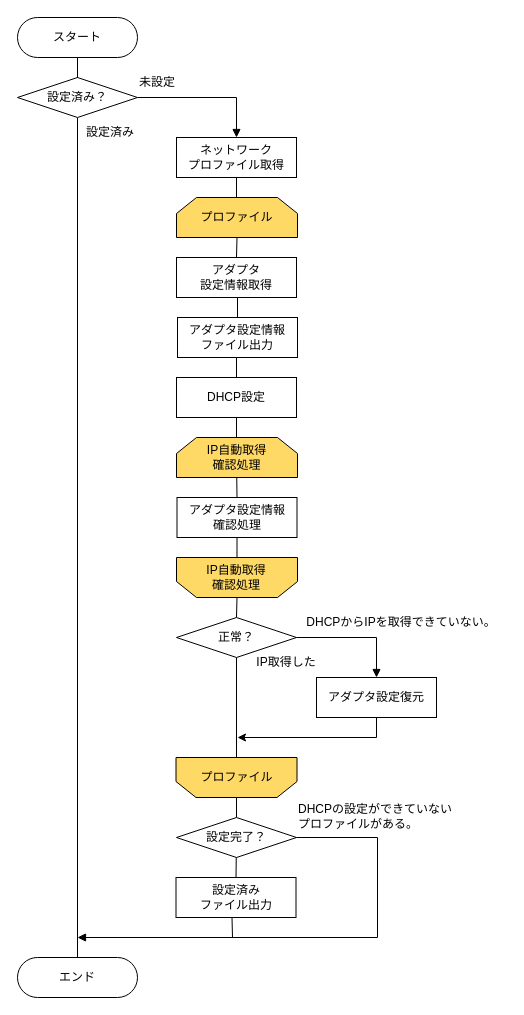
The draw.io diagram dhcp切り替えスクリプト.drawio in reizo0901/Doc, before the edit. Source tidied: cells renumbered, new cells numbered last; positions are measured from the earlier drawing's top-left corner, leaving out a move shared by most shapes. Both pictures are drawn from the tidied source at 100%, with x=0, y=0 at pixel (17, 17).
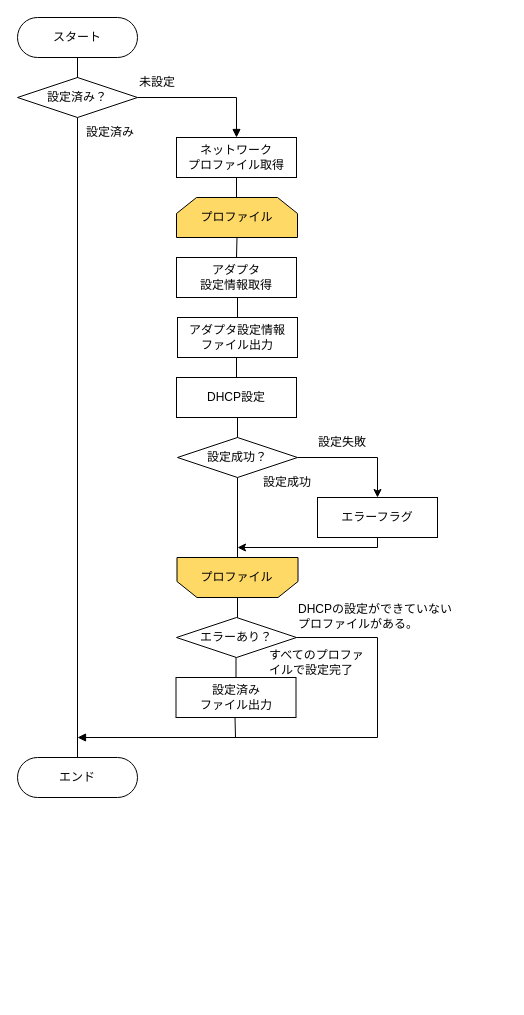
The same diagram, later.

Commit message:
dhcp切り替えスクリプト.drawio を更新します

The change refers to these unchanged cells:
```xml
<mxCell id="9" value="DHCP設定" style="rounded=0;whiteSpace=wrap;html=1;" parent="1" vertex="1">
  <mxGeometry x="159" y="360" width="120" height="40" as="geometry" />
</mxCell>
```

What changed in the source:
```diff
@@
-    <mxCell id="8" style="edgeStyle=orthogonalEdgeStyle;rounded=0;jettySize=auto;html=1;exitX=0.5;exitY=1;exitDx=0;exitDy=0;entryX=0.5;entryY=0;entryDx=0;entryDy=0;endArrow=none;endFill=0;" parent="1" edge="1" source="9" target="11">
-      <mxGeometry relative="1" as="geometry" />
-    </mxCell>
@@
-    <mxCell id="10" style="edgeStyle=orthogonalEdgeStyle;rounded=0;jettySize=auto;html=1;exitX=0.5;exitY=1;exitDx=0;exitDy=0;entryX=0.5;entryY=1;entryDx=0;entryDy=0;endArrow=none;endFill=0;" parent="1" edge="1" source="11" target="34">
-      <mxGeometry relative="1" as="geometry" />
-    </mxCell>
-    <mxCell id="11" value="アダプタ設定情報&lt;br&gt;確認処理" style="rounded=0;whiteSpace=wrap;html=1;" parent="1" vertex="1">
-      <mxGeometry x="159.5" y="480" width="120" height="40" as="geometry" />
-    </mxCell>
@@
+    <mxCell id="41" style="edgeStyle=orthogonalEdgeStyle;rounded=0;jettySize=auto;html=1;exitX=1;exitY=0.5;exitDx=0;exitDy=0;entryX=0.5;entryY=0;entryDx=0;entryDy=0;" parent="1" edge="1" source="13" target="43">
+      <mxGeometry relative="1" as="geometry" />
+    </mxCell>
-    <mxCell id="13" value="正常？" style="rhombus;whiteSpace=wrap;html=1;" parent="1" vertex="1">
-      <mxGeometry x="159" y="600" width="120" height="40" as="geometry" />
+    <mxCell id="13" value="設定成功？" style="rhombus;whiteSpace=wrap;html=1;" parent="1" vertex="1">
+      <mxGeometry x="160" y="420" width="120" height="40" as="geometry" />
     </mxCell>
-    <mxCell id="14" style="edgeStyle=orthogonalEdgeStyle;rounded=0;jettySize=auto;html=1;exitX=0.5;exitY=1;exitDx=0;exitDy=0;" parent="1" edge="1" source="15">
-      <mxGeometry relative="1" as="geometry">
-        <mxPoint x="220" y="720" as="targetPoint" />
-        <Array as="points">
-          <mxPoint x="359" y="720" />
-          <mxPoint x="220" y="720" />
-        </Array>
-      </mxGeometry>
-    </mxCell>
-    <mxCell id="15" value="アダプタ設定復元" style="rounded=0;whiteSpace=wrap;html=1;" parent="1" vertex="1">
-      <mxGeometry x="299" y="660" width="120" height="40" as="geometry" />
-    </mxCell>
-    <mxCell id="16" style="endArrow=block;html=1;rounded=0;edgeStyle=orthogonalEdgeStyle;exitX=1;exitY=0.5;exitDx=0;exitDy=0;entryX=0.5;entryY=0;entryDx=0;entryDy=0;endFill=1;" parent="1" edge="1" source="13" target="15">
-      <mxGeometry relative="1" as="geometry" />
-    </mxCell>
-    <mxCell id="17" value="DHCPからIPを取得できていない。" style="text;html=1;strokeColor=none;fillColor=none;align=center;verticalAlign=middle;whiteSpace=wrap;rounded=0;" parent="1" vertex="1">
-      <mxGeometry x="279" y="590" width="210" height="30" as="geometry" />
+    <mxCell id="17" value="設定失敗" style="text;html=1;strokeColor=none;fillColor=none;align=center;verticalAlign=middle;whiteSpace=wrap;rounded=0;" parent="1" vertex="1">
+      <mxGeometry x="280" y="410" width="90" height="30" as="geometry" />
     </mxCell>
     <mxCell id="18" style="edgeStyle=orthogonalEdgeStyle;rounded=0;jettySize=auto;html=1;exitX=1;exitY=0.5;exitDx=0;exitDy=0;endArrow=block;endFill=1;" parent="1" edge="1" source="39">
       <mxGeometry relative="1" as="geometry">
-        <mxPoint x="60" y="920" as="targetPoint" />
+        <mxPoint x="60" y="720" as="targetPoint" />
         <Array as="points">
-          <mxPoint x="360" y="820" />
-          <mxPoint x="360" y="920" />
+          <mxPoint x="360" y="620" />
+          <mxPoint x="360" y="720" />
         </Array>
       </mxGeometry>
     </mxCell>
     <mxCell id="19" value="設定済み&lt;br&gt;ファイル出力" style="rounded=0;whiteSpace=wrap;html=1;" parent="1" vertex="1">
-      <mxGeometry x="158.5" y="860" width="120" height="40" as="geometry" />
+      <mxGeometry x="158.5" y="660" width="120" height="40" as="geometry" />
     </mxCell>
     <mxCell id="20" value="エンド" style="rounded=1;whiteSpace=wrap;html=1;arcSize=50;" parent="1" vertex="1">
-      <mxGeometry y="940" width="120" height="40" as="geometry" />
+      <mxGeometry y="740" width="120" height="40" as="geometry" />
     </mxCell>
-    <mxCell id="21" value="IP取得した" style="text;html=1;strokeColor=none;fillColor=none;align=center;verticalAlign=middle;whiteSpace=wrap;rounded=0;" parent="1" vertex="1">
-      <mxGeometry x="229" y="630" width="80" height="30" as="geometry" />
+    <mxCell id="21" value="設定成功" style="text;html=1;strokeColor=none;fillColor=none;align=center;verticalAlign=middle;whiteSpace=wrap;rounded=0;" parent="1" vertex="1">
+      <mxGeometry x="230" y="450" width="80" height="30" as="geometry" />
     </mxCell>
@@
     <mxCell id="27" style="edgeStyle=orthogonalEdgeStyle;rounded=0;orthogonalLoop=1;jettySize=auto;html=1;exitX=0.5;exitY=1;exitDx=0;exitDy=0;endArrow=none;endFill=0;" parent="1" edge="1">
       <mxGeometry relative="1" as="geometry">
-        <mxPoint x="214.5" y="900" as="sourcePoint" />
-        <mxPoint x="215" y="920" as="targetPoint" />
+        <mxPoint x="217.5" y="700" as="sourcePoint" />
+        <mxPoint x="218" y="720" as="targetPoint" />
       </mxGeometry>
     </mxCell>
@@
-    <mxCell id="32" value="IP自動取得&lt;br&gt;確認処理" style="shape=loopLimit;whiteSpace=wrap;html=1;fillColor=#FFD966;" parent="1" vertex="1">
-      <mxGeometry x="159" y="420" width="121" height="40" as="geometry" />
-    </mxCell>
-    <mxCell id="33" style="edgeStyle=orthogonalEdgeStyle;rounded=0;jettySize=auto;html=1;exitX=0.5;exitY=0;exitDx=0;exitDy=0;entryX=0.5;entryY=0;entryDx=0;entryDy=0;endArrow=none;endFill=0;" parent="1" edge="1" source="34" target="13">
+    <mxCell id="33" style="edgeStyle=orthogonalEdgeStyle;rounded=0;jettySize=auto;html=1;exitX=0.5;exitY=1;exitDx=0;exitDy=0;entryX=0.5;entryY=0;entryDx=0;entryDy=0;endArrow=none;endFill=0;" parent="1" edge="1" source="9" target="13">
       <mxGeometry relative="1" as="geometry" />
     </mxCell>
-    <mxCell id="34" style="shape=loopLimit;whiteSpace=wrap;html=1;rotation=-180;verticalAlign=middle;fillColor=#FFD966;" parent="1" vertex="1">
-      <mxGeometry x="159" y="540" width="121" height="40" as="geometry" />
-    </mxCell>
     <mxCell id="35" style="shape=loopLimit;whiteSpace=wrap;html=1;rotation=-180;verticalAlign=middle;fillColor=#FFD966;" parent="1" vertex="1">
-      <mxGeometry x="158.5" y="740" width="121" height="40" as="geometry" />
+      <mxGeometry x="159.5" y="540" width="121" height="40" as="geometry" />
     </mxCell>
@@
-    <mxCell id="37" value="IP自動取得&lt;br&gt;確認処理" style="text;html=1;strokeColor=none;fillColor=none;align=center;verticalAlign=middle;whiteSpace=wrap;rounded=0;" parent="1" vertex="1">
-      <mxGeometry x="178.5" y="545" width="80" height="30" as="geometry" />
-    </mxCell>
     <mxCell id="38" value="プロファイル" style="text;html=1;strokeColor=none;fillColor=none;align=center;verticalAlign=middle;whiteSpace=wrap;rounded=0;" parent="1" vertex="1">
-      <mxGeometry x="179" y="745" width="81" height="30" as="geometry" />
+      <mxGeometry x="179" y="545" width="81" height="30" as="geometry" />
     </mxCell>
-    <mxCell id="39" value="設定完了？" style="rhombus;whiteSpace=wrap;html=1;" parent="1" vertex="1">
-      <mxGeometry x="159" y="800" width="120" height="40" as="geometry" />
+    <mxCell id="39" value="エラーあり？" style="rhombus;whiteSpace=wrap;html=1;" parent="1" vertex="1">
+      <mxGeometry x="159" y="600" width="120" height="40" as="geometry" />
     </mxCell>
     <mxCell id="40" value="DHCPの設定ができていない&lt;br&gt;プロファイルがある。" style="text;html=1;strokeColor=none;fillColor=none;align=left;verticalAlign=middle;whiteSpace=wrap;rounded=0;" parent="1" vertex="1">
-      <mxGeometry x="279" y="784" width="171" height="30" as="geometry" />
+      <mxGeometry x="279" y="584" width="171" height="30" as="geometry" />
     </mxCell>
+    <mxCell id="42" style="edgeStyle=orthogonalEdgeStyle;rounded=0;jettySize=auto;html=1;exitX=0.5;exitY=1;exitDx=0;exitDy=0;" parent="1" edge="1" source="43">
+      <mxGeometry relative="1" as="geometry">
+        <mxPoint x="220" y="530" as="targetPoint" />
+        <Array as="points">
+          <mxPoint x="360" y="530" />
+        </Array>
+      </mxGeometry>
+    </mxCell>
+    <mxCell id="43" value="エラーフラグ" style="rounded=0;whiteSpace=wrap;html=1;" parent="1" vertex="1">
+      <mxGeometry x="300" y="480" width="120" height="40" as="geometry" />
+    </mxCell>
+    <mxCell id="44" value="すべてのプロファイルで設定完了" style="text;html=1;strokeColor=none;fillColor=none;align=left;verticalAlign=middle;whiteSpace=wrap;rounded=0;" parent="1" vertex="1">
+      <mxGeometry x="250" y="630" width="100" height="30" as="geometry" />
+    </mxCell>
```
